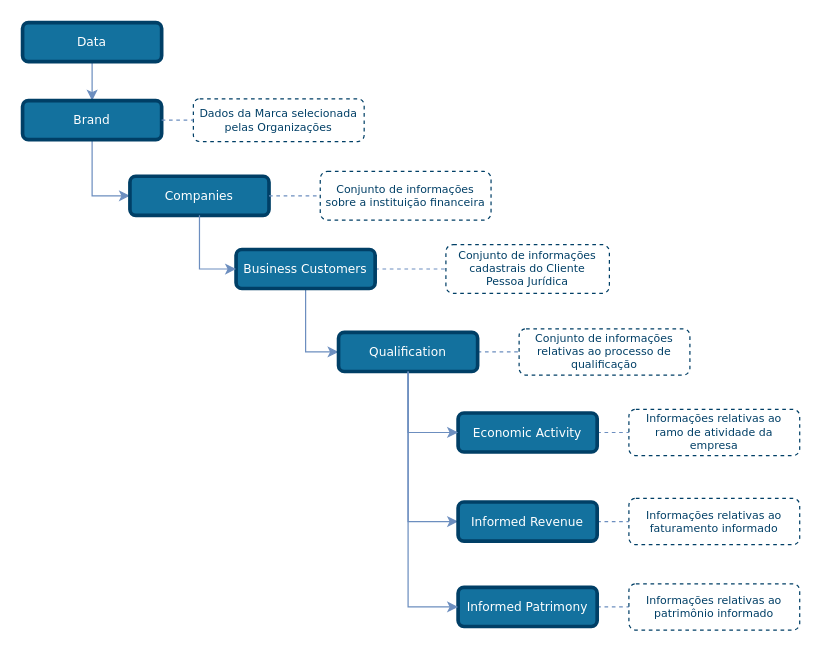
Above: draw_io_diagrams/customers/TLD_Business_Customers_Qualification_v2.drawio in OpenBanking-Brasil/areadesenvolvedor (draw.io), before the change. Source tidied: cells renumbered, new cells numbered last; positions are measured from the earlier drawing's top-left corner, leaving out a move shared by most shapes. Both pictures are drawn from the tidied source at 122%, with x=0, y=0 at pixel (22, 22).
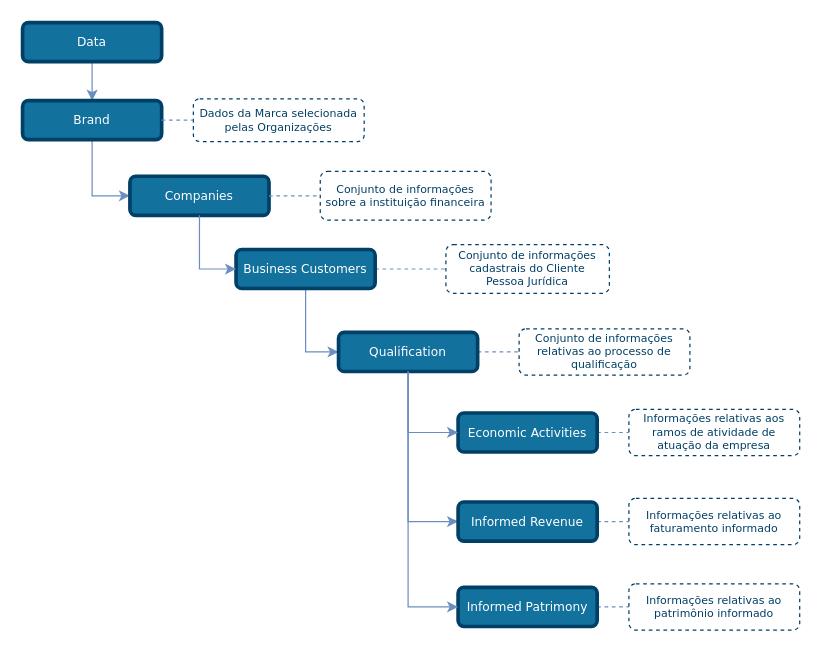
The same diagram, later.

Commit message (it also covers changes not shown here):
Customers - Fix bugs

Change to the diagram source:
```diff
@@
-    <mxCell id="17" value="Economic Activity" style="rounded=1;whiteSpace=wrap;html=1;comic=0;shadow=0;backgroundOutline=0;snapToPoint=0;fixDash=0;strokeWidth=3;fontFamily=Verdana;fontStyle=0;labelBackgroundColor=none;labelBorderColor=none;fontSize=10;fillColor=#13719E;strokeColor=#003F66;fontColor=#ffffff;" parent="1" vertex="1">
+    <mxCell id="17" value="Economic Activities" style="rounded=1;whiteSpace=wrap;html=1;comic=0;shadow=0;backgroundOutline=0;snapToPoint=0;fixDash=0;strokeWidth=3;fontFamily=Verdana;fontStyle=0;labelBackgroundColor=none;labelBorderColor=none;fontSize=10;fillColor=#13719E;strokeColor=#003F66;fontColor=#ffffff;" parent="1" vertex="1">
       <mxGeometry x="357" y="320" width="114" height="32" as="geometry" />
     </mxCell>
@@
-    <mxCell id="20" value="Informações relativas ao ramo de atividade da empresa" style="rounded=1;whiteSpace=wrap;html=1;shadow=0;comic=0;strokeColor=#003F66;strokeWidth=1;fillColor=#ffffff;fontFamily=Verdana;fontSize=9;fontColor=#003F66;dashed=1;spacingLeft=5;spacing=0;spacingRight=5;spacingBottom=5;spacingTop=5;align=center;verticalAlign=middle;gradientColor=#ffffff;" parent="1" vertex="1">
+    <mxCell id="20" value="Informações relativas aos ramos de atividade de atuação da empresa" style="rounded=1;whiteSpace=wrap;html=1;shadow=0;comic=0;strokeColor=#003F66;strokeWidth=1;fillColor=#ffffff;fontFamily=Verdana;fontSize=9;fontColor=#003F66;dashed=1;spacingLeft=5;spacing=0;spacingRight=5;spacingBottom=5;spacingTop=5;align=center;verticalAlign=middle;gradientColor=#ffffff;" parent="1" vertex="1">
       <mxGeometry x="497" y="317" width="140" height="38" as="geometry" />
     </mxCell>
```
